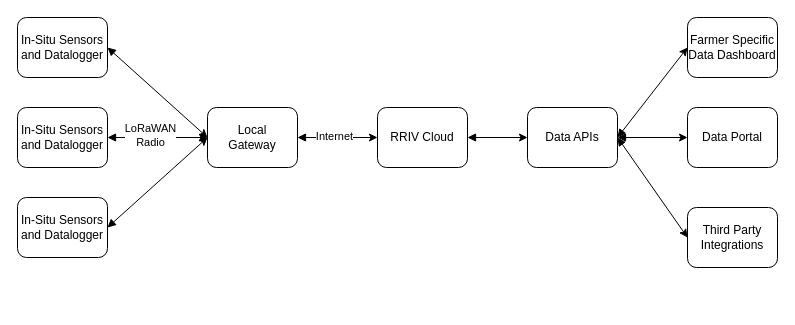
The draw.io diagram PondNet.drawio in rrivirr/rriv-diagrams, before the edit. Source tidied: cells renumbered, new cells numbered last; positions are measured from the earlier drawing's top-left corner, leaving out a move shared by most shapes. Both pictures are drawn from the tidied source at 100%, with x=0, y=0 at pixel (17, 17).
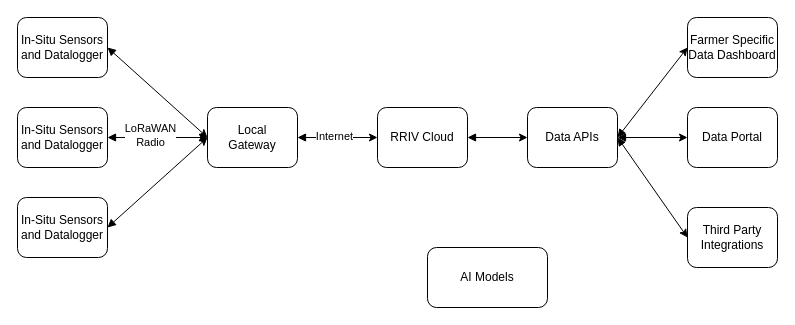
The same diagram, later.

Change to the diagram source:
```diff
@@
+    <mxCell id="21" value="AI Models" style="rounded=1;whiteSpace=wrap;html=1;" parent="1" vertex="1">
+      <mxGeometry x="410" y="230" width="120" height="60" as="geometry" />
+    </mxCell>
```
